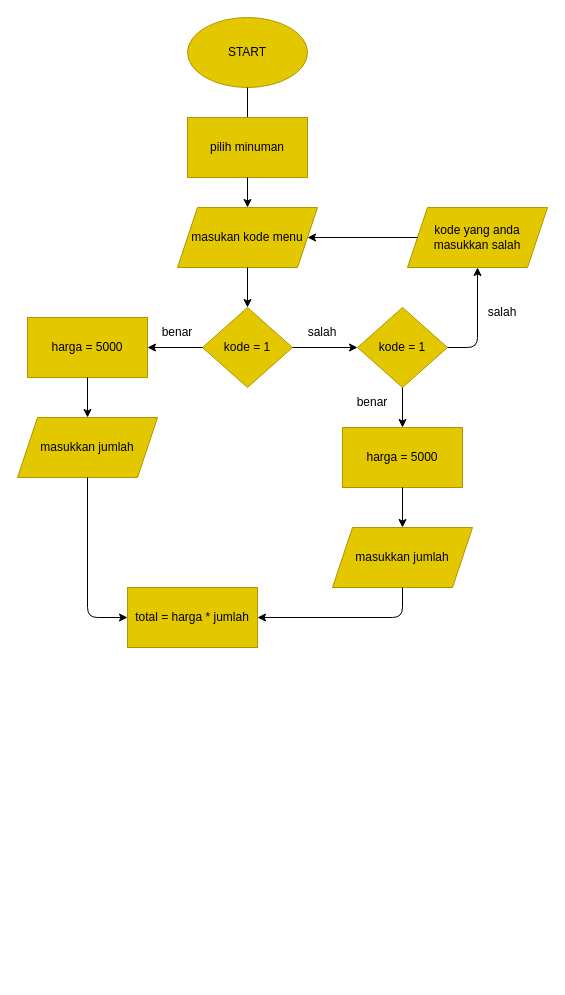
Alditdit/Alditya_Dwinata-Order_minuman_online keeps this draw.io diagram as flowchart.drawio. Above is the earlier version. Source tidied: cells renumbered, new cells numbered last; positions are measured from the earlier drawing's top-left corner, leaving out a move shared by most shapes. Both pictures are drawn from the tidied source at 100%, with x=0, y=0 at pixel (17, 17).
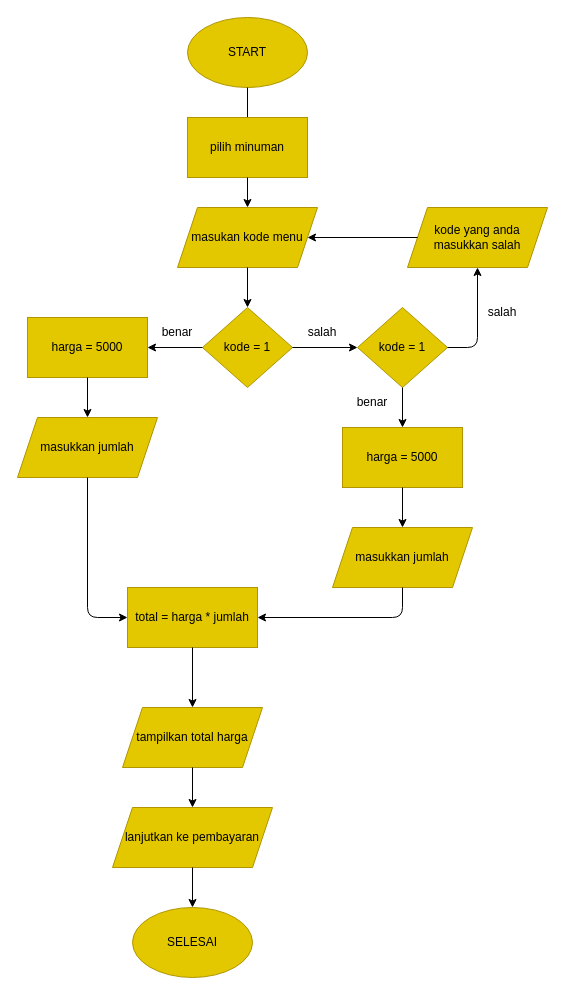
After the change.

Commit message:
flowchart selesai

Unchanged cells that the change refers to:
```xml
<mxCell id="26" value="total = harga * jumlah" style="rounded=0;whiteSpace=wrap;html=1;fillColor=#e3c800;fontColor=#000000;strokeColor=#B09500;" parent="1" vertex="1">
  <mxGeometry x="110" y="570" width="130" height="60" as="geometry" />
</mxCell>
```

What changed in the source:
```diff
@@
+    <mxCell id="29" value="tampilkan total harga" style="shape=parallelogram;perimeter=parallelogramPerimeter;whiteSpace=wrap;html=1;fixedSize=1;fillColor=#e3c800;fontColor=#000000;strokeColor=#B09500;align=center;" parent="1" vertex="1">
+      <mxGeometry x="105" y="690" width="140" height="60" as="geometry" />
+    </mxCell>
+    <mxCell id="30" style="endArrow=classic;html=1;exitX=0.5;exitY=1;exitDx=0;exitDy=0;entryX=0.5;entryY=0;entryDx=0;entryDy=0;" parent="1" edge="1" source="26" target="29">
+      <mxGeometry relative="1" as="geometry" />
+    </mxCell>
+    <mxCell id="31" value="lanjutkan ke pembayaran" style="shape=parallelogram;perimeter=parallelogramPerimeter;whiteSpace=wrap;html=1;fixedSize=1;fillColor=#e3c800;fontColor=#000000;strokeColor=#B09500;align=center;" parent="1" vertex="1">
+      <mxGeometry x="95" y="790" width="160" height="60" as="geometry" />
+    </mxCell>
+    <mxCell id="32" style="endArrow=classic;html=1;exitX=0.5;exitY=1;exitDx=0;exitDy=0;entryX=0.5;entryY=0;entryDx=0;entryDy=0;" parent="1" edge="1" source="29" target="31">
+      <mxGeometry relative="1" as="geometry" />
+    </mxCell>
+    <mxCell id="33" value="SELESAI" style="ellipse;whiteSpace=wrap;html=1;fillColor=#e3c800;strokeColor=#B09500;fontColor=#000000;" parent="1" vertex="1">
+      <mxGeometry x="115" y="890" width="120" height="70" as="geometry" />
+    </mxCell>
+    <mxCell id="34" style="endArrow=classic;html=1;exitX=0.5;exitY=1;exitDx=0;exitDy=0;entryX=0.5;entryY=0;entryDx=0;entryDy=0;" parent="1" edge="1" source="31" target="33">
+      <mxGeometry relative="1" as="geometry" />
+    </mxCell>
```
